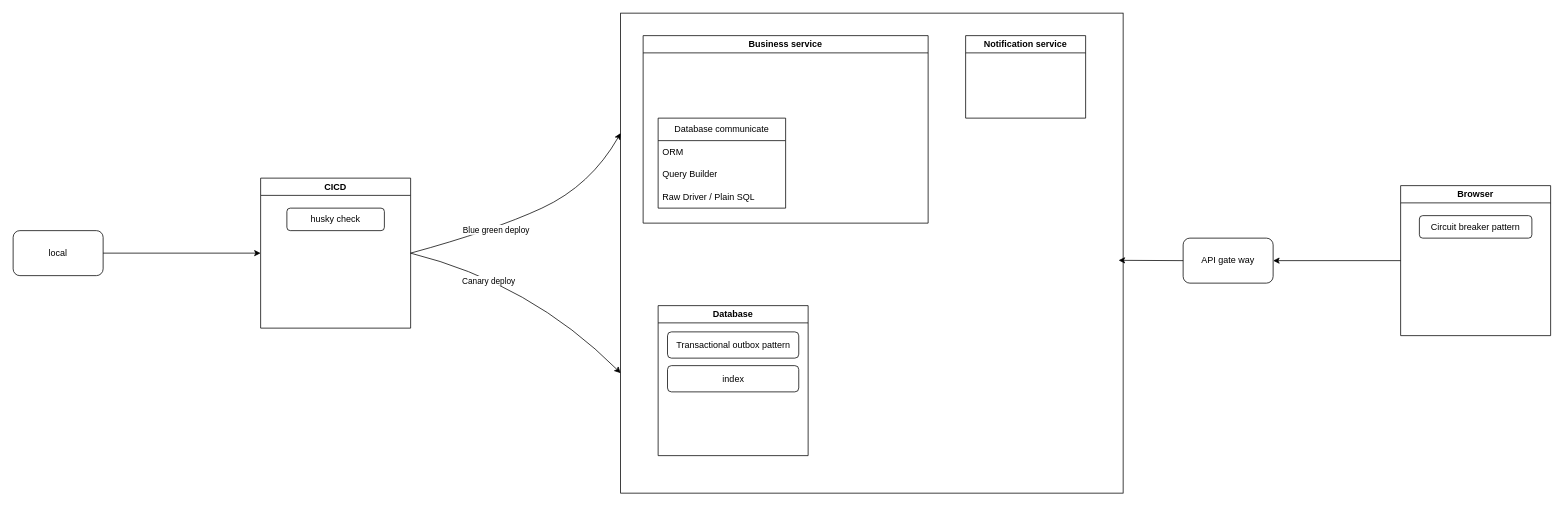
The draw.io diagram backend-architechture.drawio in ntrong2009/diagrams, before the edit. Source tidied: cells renumbered, new cells numbered last; positions are measured from the earlier drawing's top-left corner, leaving out a move shared by most shapes. Both pictures are drawn from the tidied source at 75%, with x=0, y=0 at pixel (13, 13).
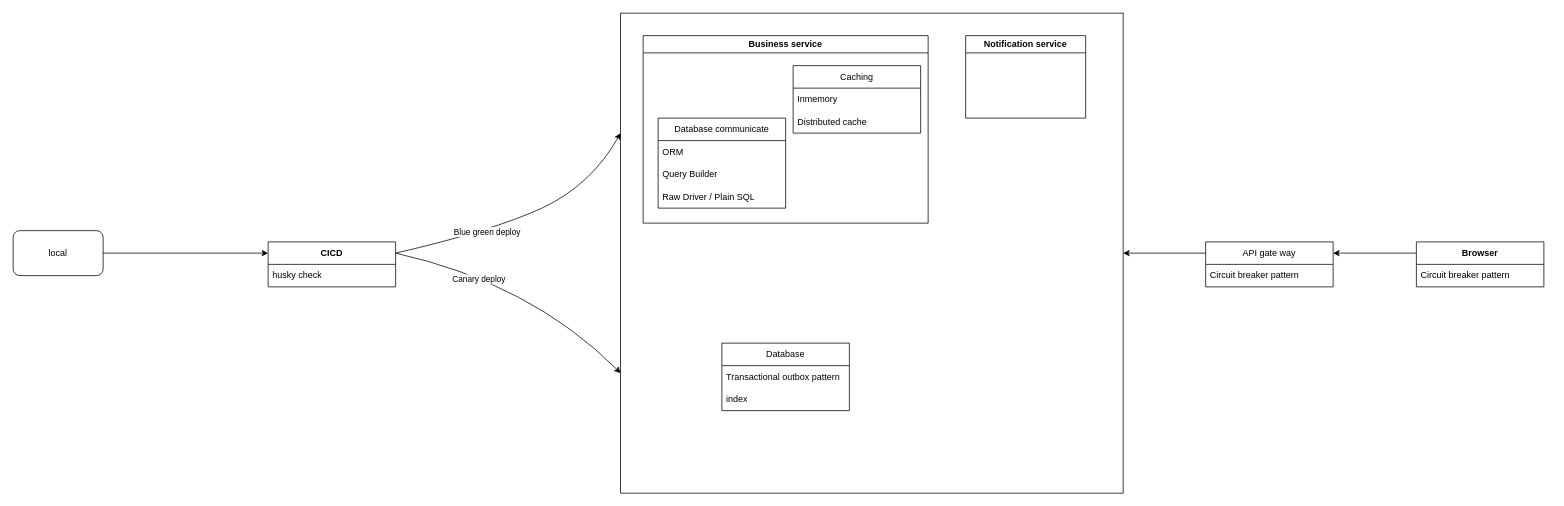
The same diagram, later.

Unchanged cells that the change refers to:
```xml
<mxCell id="2" style="rounded=0;whiteSpace=wrap;html=1;" parent="1" vertex="1">
  <mxGeometry x="810" width="670" height="640" as="geometry" />
</mxCell>
<mxCell id="10" value="local" style="rounded=1;whiteSpace=wrap;html=1;" parent="1" vertex="1">
  <mxGeometry y="290" width="120" height="60" as="geometry" />
</mxCell>
```

Diff of the diagram source:
```diff
@@
-    <mxCell id="3" style="curved=1;endArrow=classic;html=1;exitX=1;exitY=0.5;exitDx=0;exitDy=0;entryX=0;entryY=0.25;entryDx=0;entryDy=0;" parent="1" edge="1" source="16" target="2">
+    <mxCell id="3" style="curved=1;endArrow=classic;html=1;exitX=1;exitY=0.25;exitDx=0;exitDy=0;entryX=0;entryY=0.25;entryDx=0;entryDy=0;" parent="1" edge="1" source="16" target="2">
       <mxGeometry relative="1" as="geometry">
         <Array as="points">
           <mxPoint x="640" y="290" />
           <mxPoint x="770" y="230" />
         </Array>
       </mxGeometry>
     </mxCell>
@@
-    <mxCell id="5" style="curved=1;endArrow=classic;html=1;exitX=1;exitY=0.5;exitDx=0;exitDy=0;entryX=0;entryY=0.75;entryDx=0;entryDy=0;" parent="1" edge="1" source="16" target="2">
+    <mxCell id="5" style="curved=1;endArrow=classic;html=1;exitX=1;exitY=0.25;exitDx=0;exitDy=0;entryX=0;entryY=0.75;entryDx=0;entryDy=0;" parent="1" edge="1" source="16" target="2">
       <mxGeometry relative="1" as="geometry">
         <Array as="points">
           <mxPoint x="690" y="360" />
         </Array>
       </mxGeometry>
     </mxCell>
@@
-    <mxCell id="7" value="API gate way" style="rounded=1;whiteSpace=wrap;html=1;" parent="1" vertex="1">
-      <mxGeometry x="1560" y="300" width="120" height="60" as="geometry" />
-    </mxCell>
-    <mxCell id="8" style="endArrow=classic;html=1;exitX=0;exitY=0.5;exitDx=0;exitDy=0;entryX=1;entryY=0.5;entryDx=0;entryDy=0;" parent="1" edge="1" source="11" target="7">
+    <mxCell id="8" style="endArrow=classic;html=1;exitX=0;exitY=0.25;exitDx=0;exitDy=0;entryX=1;entryY=0.25;entryDx=0;entryDy=0;" parent="1" edge="1" source="11" target="7">
       <mxGeometry relative="1" as="geometry" />
     </mxCell>
-    <mxCell id="9" style="endArrow=classic;html=1;exitX=0;exitY=0.5;exitDx=0;exitDy=0;entryX=0.991;entryY=0.515;entryDx=0;entryDy=0;entryPerimeter=0;" parent="1" edge="1" source="7" target="2">
+    <mxCell id="9" style="endArrow=classic;html=1;exitX=0;exitY=0.25;exitDx=0;exitDy=0;entryX=1;entryY=0.5;entryDx=0;entryDy=0;" parent="1" edge="1" source="7" target="2">
       <mxGeometry relative="1" as="geometry" />
     </mxCell>
@@
-    <mxCell id="11" value="Browser" style="swimlane;whiteSpace=wrap;html=1;" parent="1" vertex="1">
-      <mxGeometry x="1850" y="230" width="200" height="200" as="geometry" />
-    </mxCell>
-    <mxCell id="12" value="Circuit breaker pattern" style="rounded=1;whiteSpace=wrap;html=1;" parent="11" vertex="1">
-      <mxGeometry x="25" y="40" width="150" height="30" as="geometry" />
-    </mxCell>
-    <mxCell id="13" style="endArrow=classic;html=1;exitX=1;exitY=0.5;exitDx=0;exitDy=0;entryX=0;entryY=0.5;entryDx=0;entryDy=0;" parent="1" edge="1" source="10" target="16">
+    <mxCell id="13" style="endArrow=classic;html=1;exitX=1;exitY=0.5;exitDx=0;exitDy=0;entryX=0;entryY=0.25;entryDx=0;entryDy=0;" parent="1" edge="1" source="10" target="16">
       <mxGeometry relative="1" as="geometry" />
     </mxCell>
-    <mxCell id="14" value="Transactional outbox pattern" style="rounded=1;whiteSpace=wrap;html=1;" parent="1" vertex="1">
-      <mxGeometry x="872.5" y="425" width="175" height="35" as="geometry" />
-    </mxCell>
-    <mxCell id="15" value="Database" style="swimlane;whiteSpace=wrap;html=1;" parent="1" vertex="1">
-      <mxGeometry x="860" y="390" width="200" height="200" as="geometry" />
-    </mxCell>
-    <mxCell id="16" value="CICD" style="swimlane;whiteSpace=wrap;html=1;" parent="1" vertex="1">
-      <mxGeometry x="330" y="220" width="200" height="200" as="geometry" />
-    </mxCell>
-    <mxCell id="17" value="husky check" style="rounded=1;whiteSpace=wrap;html=1;" parent="16" vertex="1">
-      <mxGeometry x="35" y="40" width="130" height="30" as="geometry" />
-    </mxCell>
@@
+    <mxCell id="15" value="Database" style="swimlane;fontStyle=0;horizontal=1;startSize=30;whiteSpace=wrap;html=1;" parent="1" vertex="1">
+      <mxGeometry x="945" y="440" width="170" height="90" as="geometry" />
+    </mxCell>
+    <mxCell id="14" value="&lt;span style=&quot;color: rgb(0, 0, 0); text-align: center;&quot;&gt;Transactional outbox pattern&lt;/span&gt;" style="text;strokeColor=none;fillColor=none;align=left;verticalAlign=middle;spacingLeft=4;spacingRight=4;overflow=hidden;whiteSpace=wrap;html=1;" parent="15" vertex="1">
+      <mxGeometry y="30" width="170" height="30" as="geometry" />
+    </mxCell>
-    <mxCell id="24" value="index" style="rounded=1;whiteSpace=wrap;html=1;" parent="1" vertex="1">
-      <mxGeometry x="872.5" y="470" width="175" height="35" as="geometry" />
+    <mxCell id="24" value="&lt;span style=&quot;color: rgb(0, 0, 0); text-align: center;&quot;&gt;index&lt;/span&gt;" style="text;strokeColor=none;fillColor=none;align=left;verticalAlign=middle;spacingLeft=4;spacingRight=4;overflow=hidden;whiteSpace=wrap;html=1;" parent="15" vertex="1">
+      <mxGeometry y="60" width="170" height="30" as="geometry" />
     </mxCell>
+    <mxCell id="7" value="&lt;span style=&quot;color: rgb(0, 0, 0);&quot;&gt;API gate way&lt;/span&gt;" style="swimlane;fontStyle=0;horizontal=1;startSize=30;whiteSpace=wrap;html=1;" parent="1" vertex="1">
+      <mxGeometry x="1590" y="305" width="170" height="60" as="geometry" />
+    </mxCell>
+    <mxCell id="25" value="&lt;span style=&quot;color: rgb(0, 0, 0); text-align: center;&quot;&gt;Circuit breaker pattern&lt;/span&gt;" style="text;strokeColor=none;fillColor=none;align=left;verticalAlign=middle;spacingLeft=4;spacingRight=4;overflow=hidden;whiteSpace=wrap;html=1;" parent="7" vertex="1">
+      <mxGeometry y="30" width="170" height="30" as="geometry" />
+    </mxCell>
+    <mxCell id="16" value="&lt;span style=&quot;color: rgb(0, 0, 0); font-weight: 700;&quot;&gt;CICD&lt;/span&gt;" style="swimlane;fontStyle=0;horizontal=1;startSize=30;whiteSpace=wrap;html=1;" parent="1" vertex="1">
+      <mxGeometry x="340" y="305" width="170" height="60" as="geometry" />
+    </mxCell>
+    <mxCell id="17" value="&lt;span style=&quot;color: rgb(0, 0, 0); text-align: center;&quot;&gt;husky check&lt;/span&gt;" style="text;strokeColor=none;fillColor=none;align=left;verticalAlign=middle;spacingLeft=4;spacingRight=4;overflow=hidden;whiteSpace=wrap;html=1;" parent="16" vertex="1">
+      <mxGeometry y="30" width="170" height="30" as="geometry" />
+    </mxCell>
+    <mxCell id="11" value="&lt;span style=&quot;color: rgb(0, 0, 0); font-weight: 700;&quot;&gt;Browser&lt;/span&gt;" style="swimlane;fontStyle=0;horizontal=1;startSize=30;whiteSpace=wrap;html=1;" parent="1" vertex="1">
+      <mxGeometry x="1871" y="305" width="170" height="60" as="geometry" />
+    </mxCell>
+    <mxCell id="26" value="&lt;span style=&quot;color: rgb(0, 0, 0); text-align: center;&quot;&gt;Circuit breaker pattern&lt;/span&gt;" style="text;strokeColor=none;fillColor=none;align=left;verticalAlign=middle;spacingLeft=4;spacingRight=4;overflow=hidden;whiteSpace=wrap;html=1;" parent="11" vertex="1">
+      <mxGeometry y="30" width="170" height="30" as="geometry" />
+    </mxCell>
+    <mxCell id="27" value="Caching" style="swimlane;fontStyle=0;horizontal=1;startSize=30;whiteSpace=wrap;html=1;" parent="1" vertex="1">
+      <mxGeometry x="1040" y="70" width="170" height="90" as="geometry" />
+    </mxCell>
+    <mxCell id="28" value="Inmemory" style="text;strokeColor=none;fillColor=none;align=left;verticalAlign=middle;spacingLeft=4;spacingRight=4;overflow=hidden;whiteSpace=wrap;html=1;" parent="27" vertex="1">
+      <mxGeometry y="30" width="170" height="30" as="geometry" />
+    </mxCell>
+    <mxCell id="29" value="Distributed cache" style="text;strokeColor=none;fillColor=none;align=left;verticalAlign=middle;spacingLeft=4;spacingRight=4;overflow=hidden;whiteSpace=wrap;html=1;" parent="27" vertex="1">
+      <mxGeometry y="60" width="170" height="30" as="geometry" />
+    </mxCell>
```
